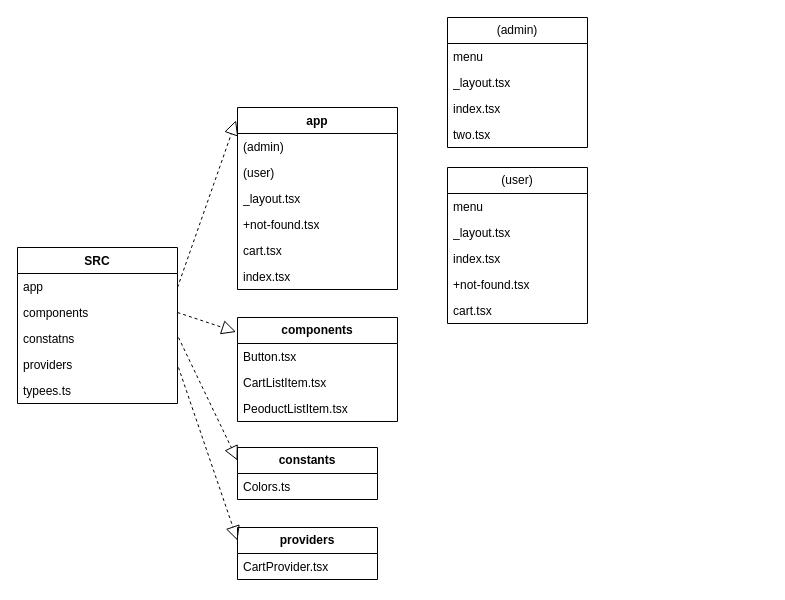
The draw.io diagram FoodOrdering.drawio in Lilall5829/Pizza-app, before the edit. Source tidied: cells renumbered, new cells numbered last; positions are measured from the earlier drawing's top-left corner, leaving out a move shared by most shapes. Both pictures are drawn from the tidied source at 100%, with x=0, y=0 at pixel (17, 17).
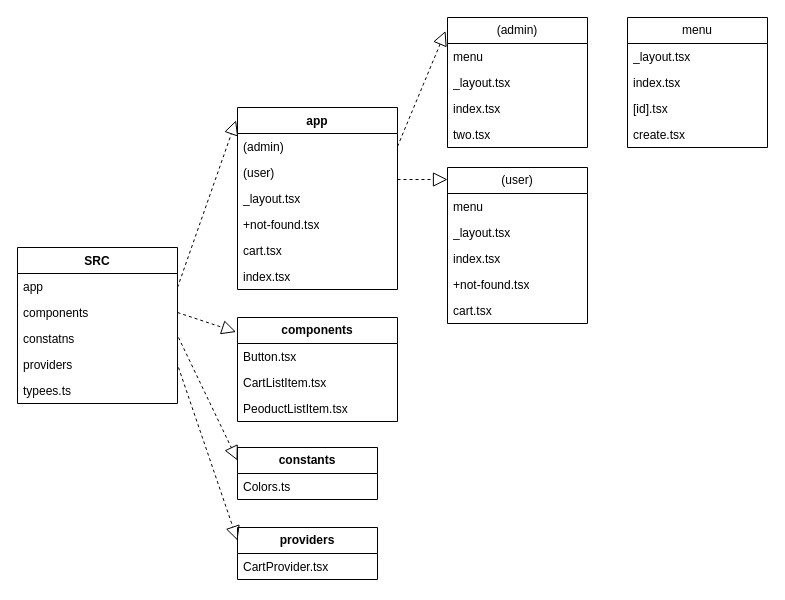
The same page after the edit.

The change refers to these unchanged cells:
```xml
<mxCell id="27" value="(admin)" style="swimlane;fontStyle=0;horizontal=1;startSize=26;fillColor=none;whiteSpace=wrap;html=1;" parent="1" vertex="1">
  <mxGeometry x="430" width="140" height="130" as="geometry" />
</mxCell>
```

Change to the diagram source:
```diff
@@
+    <mxCell id="38" value="menu" style="swimlane;fontStyle=0;horizontal=1;startSize=26;fillColor=none;whiteSpace=wrap;html=1;" parent="1" vertex="1">
+      <mxGeometry x="610" width="140" height="130" as="geometry" />
+    </mxCell>
+    <mxCell id="39" value="_layout.tsx" style="text;strokeColor=none;fillColor=none;align=left;verticalAlign=top;spacingLeft=4;spacingRight=4;overflow=hidden;whiteSpace=wrap;html=1;" parent="38" vertex="1">
+      <mxGeometry y="26" width="140" height="26" as="geometry" />
+    </mxCell>
+    <mxCell id="40" value="index.tsx" style="text;strokeColor=none;fillColor=none;align=left;verticalAlign=top;spacingLeft=4;spacingRight=4;overflow=hidden;whiteSpace=wrap;html=1;" parent="38" vertex="1">
+      <mxGeometry y="52" width="140" height="26" as="geometry" />
+    </mxCell>
+    <mxCell id="41" value="[id].tsx" style="text;strokeColor=none;fillColor=none;align=left;verticalAlign=top;spacingLeft=4;spacingRight=4;overflow=hidden;whiteSpace=wrap;html=1;" parent="38" vertex="1">
+      <mxGeometry y="78" width="140" height="26" as="geometry" />
+    </mxCell>
+    <mxCell id="42" value="create.tsx" style="text;strokeColor=none;fillColor=none;align=left;verticalAlign=top;spacingLeft=4;spacingRight=4;overflow=hidden;whiteSpace=wrap;html=1;" parent="38" vertex="1">
+      <mxGeometry y="104" width="140" height="26" as="geometry" />
+    </mxCell>
+    <mxCell id="43" style="endArrow=block;dashed=1;endFill=0;endSize=12;html=1;rounded=0;entryX=-0.014;entryY=0.104;entryDx=0;entryDy=0;entryPerimeter=0;" parent="1" edge="1" target="27">
+      <mxGeometry relative="1" as="geometry">
+        <mxPoint x="380" y="129" as="sourcePoint" />
+      </mxGeometry>
+    </mxCell>
+    <mxCell id="44" style="endArrow=block;dashed=1;endFill=0;endSize=12;html=1;rounded=0;" parent="1" edge="1">
+      <mxGeometry relative="1" as="geometry">
+        <mxPoint x="380" y="162" as="sourcePoint" />
+        <mxPoint x="430" y="162" as="targetPoint" />
+      </mxGeometry>
+    </mxCell>
```
